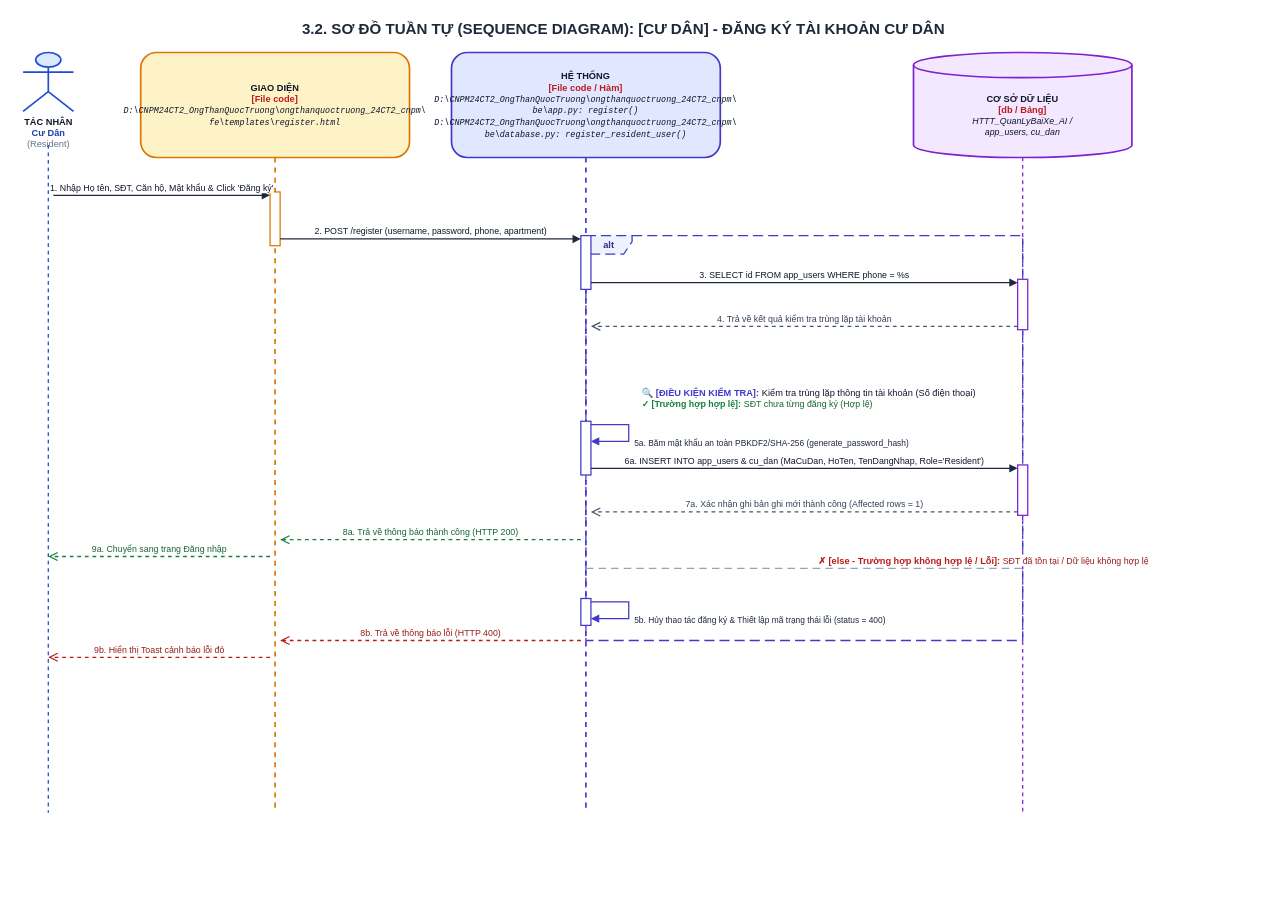
The draw.io diagram ongthanquoctruong_24CT2_cnpm/docs/Tuần Tự/chức năng đăng ký người dùng.drawio in Truong027/CNPM24, before the edit. Source tidied: cells renumbered, new cells numbered last; positions are measured from the earlier drawing's top-left corner, leaving out a move shared by most shapes. Both pictures are drawn from the tidied source at 84%, with x=0, y=0 at pixel (14, 14).
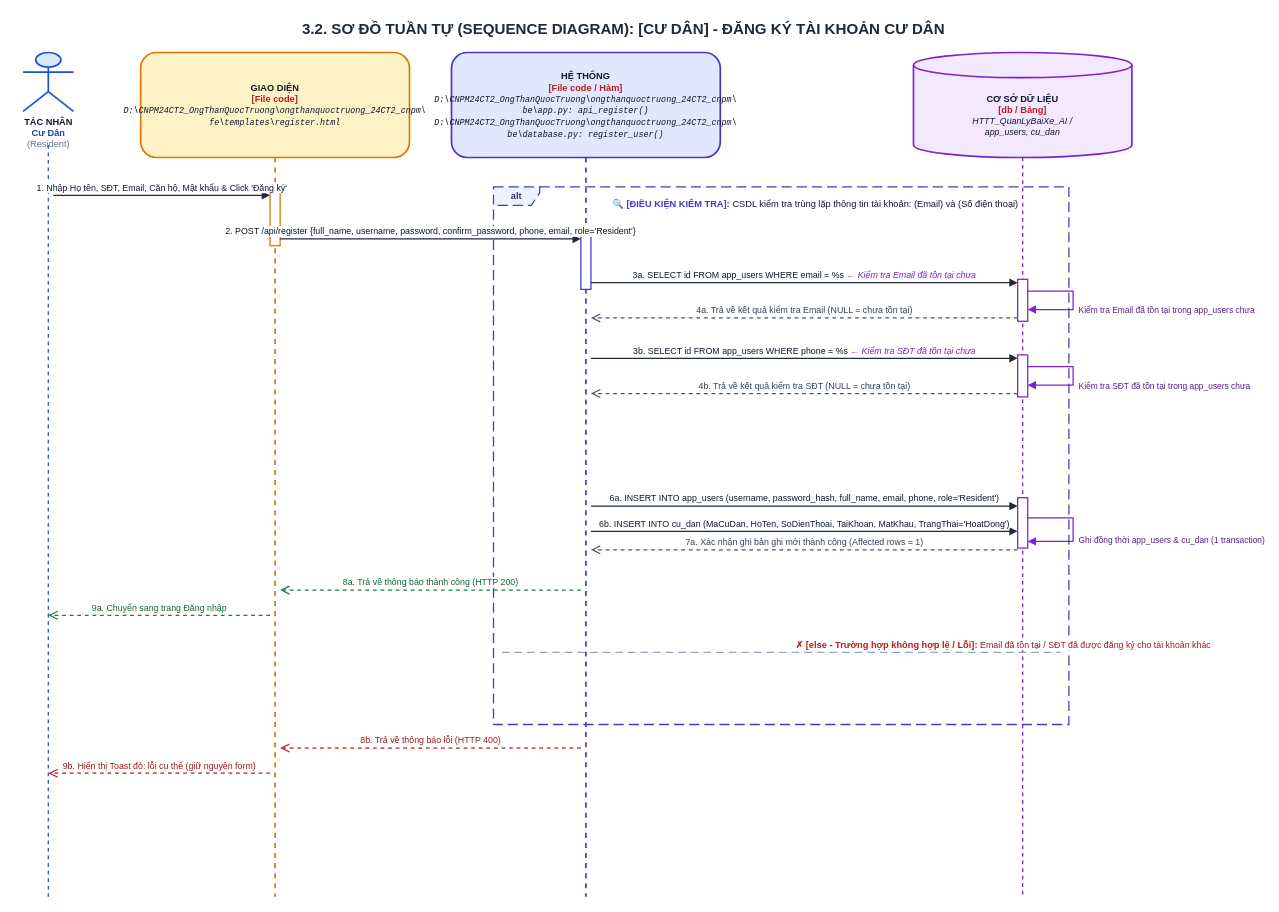
The same diagram, later.

Diff of the diagram source:
```diff
@@
-    <mxCell id="4" style="endArrow=none;dashed=1;html=1;strokeWidth=1.5;strokeColor=#1D4ED8;" parent="1" edge="1">
-      <mxGeometry relative="1" as="geometry">
-        <mxPoint x="40" y="155" as="sourcePoint" />
-        <mxPoint x="40" y="950" as="targetPoint" />
-      </mxGeometry>
-    </mxCell>
+    <mxCell id="30" style="endArrow=none;dashed=1;html=1;strokeWidth=1.5;strokeColor=#1D4ED8;" parent="1" edge="1">
+      <mxGeometry relative="1" as="geometry">
+        <mxPoint x="40" y="155" as="sourcePoint" />
+        <mxPoint x="40" y="1050" as="targetPoint" />
+      </mxGeometry>
+    </mxCell>
     <mxCell id="5" value="&lt;b&gt;GIAO DIỆN&lt;/b&gt;&lt;br/&gt;&lt;font color='#B91C1C'&gt;&lt;b&gt;[File code]&lt;/b&gt;&lt;/font&gt;&lt;br/&gt;&lt;font style='font-size: 10px; font-family: Consolas, monospace;'&gt;&lt;i&gt;D:\CNPM24CT2_OngThanQuocTruong\ongthanquoctruong_24CT2_cnpm\&lt;br/&gt;fe\templates\register.html&lt;/i&gt;&lt;/font&gt;" style="shape=umlLifeline;perimeter=lifelinePerimeter;whiteSpace=wrap;html=1;size=125;fillColor=#FEF3C7;strokeColor=#D97706;strokeWidth=2;fontColor=#0F172A;rounded=1;shadow=0;fontSize=11;align=center;" parent="1" vertex="1">
-      <mxGeometry x="150" y="45" width="320" height="905" as="geometry" />
+      <mxGeometry x="150" y="45" width="320" height="1005" as="geometry" />
     </mxCell>
-    <mxCell id="6" value="&lt;b&gt;HỆ THỐNG&lt;/b&gt;&lt;br/&gt;&lt;font color='#B91C1C'&gt;&lt;b&gt;[File code / Hàm]&lt;/b&gt;&lt;/font&gt;&lt;br/&gt;&lt;font style='font-size: 10px; font-family: Consolas, monospace;'&gt;&lt;i&gt;D:\CNPM24CT2_OngThanQuocTruong\ongthanquoctruong_24CT2_cnpm\&lt;br/&gt;be\app.py: register()&lt;br/&gt;D:\CNPM24CT2_OngThanQuocTruong\ongthanquoctruong_24CT2_cnpm\&lt;br/&gt;be\database.py: register_resident_user()&lt;/i&gt;&lt;/font&gt;" style="shape=umlLifeline;perimeter=lifelinePerimeter;whiteSpace=wrap;html=1;size=125;fillColor=#E0E7FF;strokeColor=#4338CA;strokeWidth=2;fontColor=#0F172A;rounded=1;shadow=0;fontSize=11;align=center;" parent="1" vertex="1">
-      <mxGeometry x="520" y="45" width="320" height="905" as="geometry" />
-    </mxCell>
+    <mxCell id="31" value="9b. Hiển thị Toast đỏ: lỗi cụ thể (giữ nguyên form)" style="html=1;verticalAlign=bottom;endArrow=open;dashed=1;endSize=8;rounded=0;strokeColor=#B91C1C;strokeWidth=1.5;fontColor=#991B1B;fontSize=10.5;" parent="5" edge="1">
+      <mxGeometry relative="1" as="geometry">
+        <mxPoint x="154" y="858" as="sourcePoint" />
+        <mxPoint x="-110" y="858" as="targetPoint" />
+      </mxGeometry>
+    </mxCell>
+    <mxCell id="32" value="&lt;b&gt;HỆ THỐNG&lt;/b&gt;&lt;br/&gt;&lt;font color='#B91C1C'&gt;&lt;b&gt;[File code / Hàm]&lt;/b&gt;&lt;/font&gt;&lt;br/&gt;&lt;font style='font-size: 10px; font-family: Consolas, monospace;'&gt;&lt;i&gt;D:\CNPM24CT2_OngThanQuocTruong\ongthanquoctruong_24CT2_cnpm\&lt;br/&gt;be\app.py: api_register()&lt;br/&gt;D:\CNPM24CT2_OngThanQuocTruong\ongthanquoctruong_24CT2_cnpm\&lt;br/&gt;be\database.py: register_user()&lt;/i&gt;&lt;/font&gt;" style="shape=umlLifeline;perimeter=lifelinePerimeter;whiteSpace=wrap;html=1;size=125;fillColor=#E0E7FF;strokeColor=#4338CA;strokeWidth=2;fontColor=#0F172A;rounded=1;shadow=0;fontSize=11;align=center;" parent="1" vertex="1">
+      <mxGeometry x="520" y="45" width="320" height="1005" as="geometry" />
+    </mxCell>
+    <mxCell id="28" value="8b. Trả về thông báo lỗi (HTTP 400)" style="html=1;verticalAlign=bottom;endArrow=open;dashed=1;endSize=8;rounded=0;strokeColor=#B91C1C;strokeWidth=1.5;fontColor=#991B1B;fontSize=10.5;" parent="32" edge="1">
+      <mxGeometry relative="1" as="geometry">
+        <mxPoint x="154" y="828" as="sourcePoint" />
+        <mxPoint x="-204" y="828" as="targetPoint" />
+      </mxGeometry>
+    </mxCell>
@@
-    <mxCell id="8" style="endArrow=none;dashed=1;html=1;strokeWidth=1.5;strokeColor=#7E22CE;" parent="1" edge="1">
-      <mxGeometry relative="1" as="geometry">
-        <mxPoint x="1200" y="170" as="sourcePoint" />
-        <mxPoint x="1200" y="950" as="targetPoint" />
-      </mxGeometry>
-    </mxCell>
+    <mxCell id="33" style="endArrow=none;dashed=1;html=1;strokeWidth=1.5;strokeColor=#7E22CE;" parent="1" edge="1">
+      <mxGeometry relative="1" as="geometry">
+        <mxPoint x="1200" y="170" as="sourcePoint" />
+        <mxPoint x="1200" y="1050" as="targetPoint" />
+      </mxGeometry>
+    </mxCell>
     <mxCell id="9" value="&lt;b&gt;alt&lt;/b&gt;" style="shape=umlFrame;whiteSpace=wrap;html=1;width=55;height=22;dashed=1;dashPattern=8 4;strokeColor=#4338CA;fillColor=#EEF2FF;strokeWidth=1.5;align=center;verticalAlign=middle;fontStyle=1;fontSize=11;fontColor=#312E81;" parent="1" vertex="1">
-      <mxGeometry x="680" y="263" width="520" height="482" as="geometry" />
+      <mxGeometry x="570" y="205" width="685" height="640" as="geometry" />
     </mxCell>
-    <mxCell id="10" value="&lt;b&gt;&lt;font color='#4338CA' style='font-size: 11px;'&gt;🔍 [ĐIỀU KIỆN KIỂM TRA]:&lt;/font&gt;&lt;/b&gt; &lt;font color='#0F172A' style='font-size: 11px;'&gt;Kiểm tra trùng lặp thông tin tài khoản (Số điện thoại)&lt;/font&gt;&lt;br/&gt;&lt;b&gt;&lt;font color='#15803D' style='font-size: 10.5px;'&gt;✓ [Trường hợp hợp lệ]:&lt;/font&gt;&lt;/b&gt; &lt;font color='#166534' style='font-size: 10.5px;'&gt;SĐT chưa từng đăng ký (Hợp lệ)&lt;/font&gt;" style="text;html=1;strokeColor=none;fillColor=none;align=left;verticalAlign=top;whiteSpace=wrap;rounded=0;" parent="1" vertex="1">
-      <mxGeometry x="745" y="436" width="445" height="36" as="geometry" />
-    </mxCell>
-    <mxCell id="11" value="&lt;b&gt;&lt;font color='#B91C1C' style='font-size: 11px;'&gt;✗ [else - Trường hợp không hợp lệ / Lỗi]:&lt;/font&gt;&lt;/b&gt; &lt;font color='#991B1B' style='font-size: 10.5px;'&gt;SĐT đã tồn tại / Dữ liệu không hợp lệ&lt;/font&gt;" style="html=1;strokeWidth=1.5;strokeColor=#94A3B8;dashed=1;dashPattern=6 4;endArrow=none;align=left;verticalAlign=bottom;spacingLeft=15;" parent="1" edge="1">
-      <mxGeometry relative="1" as="geometry">
-        <mxPoint x="680" y="659" as="sourcePoint" />
-        <mxPoint x="1200" y="659" as="targetPoint" />
-      </mxGeometry>
-    </mxCell>
+    <mxCell id="34" value="&lt;b&gt;&lt;font color='#4338CA' style='font-size: 11px;'&gt;🔍 [ĐIỀU KIỆN KIỂM TRA]:&lt;/font&gt;&lt;/b&gt; &lt;font color='#0F172A' style='font-size: 11px;'&gt;CSDL kiểm tra trùng lặp thông tin tài khoản: (Email) và (Số điện thoại)&lt;/font&gt;" style="text;html=1;strokeColor=none;fillColor=none;align=left;verticalAlign=top;whiteSpace=wrap;rounded=0;" parent="1" vertex="1">
+      <mxGeometry x="710" y="211" width="540" height="24" as="geometry" />
+    </mxCell>
+    <mxCell id="35" value="&lt;b&gt;&lt;font color='#B91C1C' style='font-size: 11px;'&gt;✗ [else - Trường hợp không hợp lệ / Lỗi]:&lt;/font&gt;&lt;/b&gt; &lt;font color='#991B1B' style='font-size: 10.5px;'&gt;Email đã tồn tại / SĐT đã được đăng ký cho tài khoản khác&lt;/font&gt;" style="html=1;strokeWidth=1.5;strokeColor=#94A3B8;dashed=1;dashPattern=6 4;endArrow=none;align=left;verticalAlign=bottom;spacingLeft=15;" parent="1" edge="1">
+      <mxGeometry relative="1" as="geometry">
+        <mxPoint x="580" y="759" as="sourcePoint" />
+        <mxPoint x="1245" y="759" as="targetPoint" />
+      </mxGeometry>
+    </mxCell>
@@
-    <mxCell id="14" style="html=1;perimeter=orthogonalPerimeter;targetShapes=umlLifeline;topToBottom=1;fillColor=#FFFFFF;strokeColor=#4338CA;strokeWidth=1.5;rounded=0;" parent="1" vertex="1">
-      <mxGeometry x="674" y="484" width="12" height="64" as="geometry" />
-    </mxCell>
-    <mxCell id="15" style="html=1;perimeter=orthogonalPerimeter;targetShapes=umlLifeline;topToBottom=1;fillColor=#FFFFFF;strokeColor=#4338CA;strokeWidth=1.5;rounded=0;" parent="1" vertex="1">
-      <mxGeometry x="674" y="695" width="12" height="32" as="geometry" />
-    </mxCell>
-    <mxCell id="16" style="html=1;perimeter=orthogonalPerimeter;targetShapes=umlLifeline;topToBottom=1;fillColor=#FFFFFF;strokeColor=#7E22CE;strokeWidth=1.5;rounded=0;" parent="1" vertex="1">
-      <mxGeometry x="1194" y="315" width="12" height="60" as="geometry" />
-    </mxCell>
-    <mxCell id="17" style="html=1;perimeter=orthogonalPerimeter;targetShapes=umlLifeline;topToBottom=1;fillColor=#FFFFFF;strokeColor=#7E22CE;strokeWidth=1.5;rounded=0;" parent="1" vertex="1">
-      <mxGeometry x="1194" y="536" width="12" height="60" as="geometry" />
-    </mxCell>
-    <mxCell id="18" value="1. Nhập Họ tên, SĐT, Căn hộ, Mật khẩu &amp; Click 'Đăng ký'" style="html=1;verticalAlign=bottom;endArrow=block;rounded=0;strokeColor=#1E293B;strokeWidth=1.5;fontColor=#0F172A;fontSize=10.5;" parent="1" edge="1">
-      <mxGeometry relative="1" as="geometry">
-        <mxPoint x="46" y="215" as="sourcePoint" />
-        <mxPoint x="304" y="215" as="targetPoint" />
-      </mxGeometry>
-    </mxCell>
-    <mxCell id="19" value="2. POST /register (username, password, phone, apartment)" style="html=1;verticalAlign=bottom;endArrow=block;rounded=0;strokeColor=#1E293B;strokeWidth=1.5;fontColor=#0F172A;fontSize=10.5;" parent="1" edge="1">
-      <mxGeometry relative="1" as="geometry">
-        <mxPoint x="316" y="267" as="sourcePoint" />
-        <mxPoint x="674" y="267" as="targetPoint" />
-      </mxGeometry>
-    </mxCell>
-    <mxCell id="20" value="3. SELECT id FROM app_users WHERE phone = %s" style="html=1;verticalAlign=bottom;endArrow=block;rounded=0;strokeColor=#1E293B;strokeWidth=1.5;fontColor=#0F172A;fontSize=10.5;" parent="1" edge="1">
-      <mxGeometry relative="1" as="geometry">
-        <mxPoint x="686" y="319" as="sourcePoint" />
-        <mxPoint x="1194" y="319" as="targetPoint" />
-      </mxGeometry>
-    </mxCell>
-    <mxCell id="21" value="4. Trả về kết quả kiểm tra trùng lặp tài khoản" style="html=1;verticalAlign=bottom;endArrow=open;dashed=1;endSize=8;rounded=0;strokeColor=#475569;strokeWidth=1.5;fontColor=#334155;fontSize=10.5;" parent="1" edge="1">
-      <mxGeometry relative="1" as="geometry">
-        <mxPoint x="1194" y="371" as="sourcePoint" />
-        <mxPoint x="686" y="371" as="targetPoint" />
-      </mxGeometry>
-    </mxCell>
-    <mxCell id="22" value="5a. Băm mật khẩu an toàn PBKDF2/SHA-256 (generate_password_hash)" style="html=1;align=left;spacingLeft=5;verticalAlign=top;endArrow=block;rounded=0;edgeStyle=orthogonalEdgeStyle;curved=0;strokeColor=#4338CA;strokeWidth=1.5;fontColor=#1E293B;fontSize=10;" parent="1" edge="1">
-      <mxGeometry relative="1" as="geometry">
-        <mxPoint x="686" y="488" as="sourcePoint" />
-        <mxPoint x="686" y="508" as="targetPoint" />
-        <Array as="points">
-          <mxPoint x="731" y="488" />
-          <mxPoint x="731" y="508" />
-        </Array>
-      </mxGeometry>
-    </mxCell>
-    <mxCell id="23" value="6a. INSERT INTO app_users &amp; cu_dan (MaCuDan, HoTen, TenDangNhap, Role='Resident')" style="html=1;verticalAlign=bottom;endArrow=block;rounded=0;strokeColor=#1E293B;strokeWidth=1.5;fontColor=#0F172A;fontSize=10.5;" parent="1" edge="1">
-      <mxGeometry relative="1" as="geometry">
-        <mxPoint x="686" y="540" as="sourcePoint" />
-        <mxPoint x="1194" y="540" as="targetPoint" />
-      </mxGeometry>
-    </mxCell>
+    <mxCell id="36" style="html=1;perimeter=orthogonalPerimeter;targetShapes=umlLifeline;topToBottom=1;fillColor=#FFFFFF;strokeColor=#7E22CE;strokeWidth=1.5;rounded=0;" parent="1" vertex="1">
+      <mxGeometry x="1194" y="315" width="12" height="50" as="geometry" />
+    </mxCell>
+    <mxCell id="37" value="Kiểm tra Email đã tồn tại trong app_users chưa" style="html=1;align=left;spacingLeft=5;verticalAlign=top;endArrow=block;rounded=0;edgeStyle=orthogonalEdgeStyle;curved=0;strokeColor=#7E22CE;strokeWidth=1.5;fontColor=#581C87;fontSize=10;exitX=1;exitY=0.3;exitDx=0;exitDy=0;entryX=1;entryY=0.7;entryDx=0;entryDy=0;" parent="1" edge="1">
+      <mxGeometry relative="1" as="geometry">
+        <mxPoint x="1206" y="329" as="sourcePoint" />
+        <mxPoint x="1206" y="351" as="targetPoint" />
+        <Array as="points">
+          <mxPoint x="1260" y="329" />
+          <mxPoint x="1260" y="351" />
+        </Array>
+      </mxGeometry>
+    </mxCell>
+    <mxCell id="38" style="html=1;perimeter=orthogonalPerimeter;targetShapes=umlLifeline;topToBottom=1;fillColor=#FFFFFF;strokeColor=#7E22CE;strokeWidth=1.5;rounded=0;" parent="1" vertex="1">
+      <mxGeometry x="1194" y="405" width="12" height="50" as="geometry" />
+    </mxCell>
+    <mxCell id="39" value="Kiểm tra SĐT đã tồn tại trong app_users chưa" style="html=1;align=left;spacingLeft=5;verticalAlign=top;endArrow=block;rounded=0;edgeStyle=orthogonalEdgeStyle;curved=0;strokeColor=#7E22CE;strokeWidth=1.5;fontColor=#581C87;fontSize=10;exitX=1;exitY=0.3;exitDx=0;exitDy=0;entryX=1;entryY=0.7;entryDx=0;entryDy=0;" parent="1" edge="1">
+      <mxGeometry relative="1" as="geometry">
+        <mxPoint x="1206" y="419" as="sourcePoint" />
+        <mxPoint x="1206" y="441" as="targetPoint" />
+        <Array as="points">
+          <mxPoint x="1260" y="419" />
+          <mxPoint x="1260" y="441" />
+        </Array>
+      </mxGeometry>
+    </mxCell>
+    <mxCell id="40" style="html=1;perimeter=orthogonalPerimeter;targetShapes=umlLifeline;topToBottom=1;fillColor=#FFFFFF;strokeColor=#7E22CE;strokeWidth=1.5;rounded=0;" parent="1" vertex="1">
+      <mxGeometry x="1194" y="575" width="12" height="60" as="geometry" />
+    </mxCell>
+    <mxCell id="41" value="Ghi đồng thời app_users &amp; cu_dan (1 transaction)" style="html=1;align=left;spacingLeft=5;verticalAlign=top;endArrow=block;rounded=0;edgeStyle=orthogonalEdgeStyle;curved=0;strokeColor=#7E22CE;strokeWidth=1.5;fontColor=#581C87;fontSize=10;exitX=1;exitY=0.3;exitDx=0;exitDy=0;entryX=1;entryY=0.7;entryDx=0;entryDy=0;" parent="1" edge="1">
+      <mxGeometry relative="1" as="geometry">
+        <mxPoint x="1206" y="599" as="sourcePoint" />
+        <mxPoint x="1206" y="627" as="targetPoint" />
+        <Array as="points">
+          <mxPoint x="1260" y="599" />
+          <mxPoint x="1260" y="627" />
+        </Array>
+      </mxGeometry>
+    </mxCell>
+    <mxCell id="42" value="1. Nhập Họ tên, SĐT, Email, Căn hộ, Mật khẩu &amp; Click 'Đăng ký'" style="html=1;verticalAlign=bottom;endArrow=block;rounded=0;strokeColor=#1E293B;strokeWidth=1.5;fontColor=#0F172A;fontSize=10.5;" parent="1" edge="1">
+      <mxGeometry relative="1" as="geometry">
+        <mxPoint x="46" y="215" as="sourcePoint" />
+        <mxPoint x="304" y="215" as="targetPoint" />
+      </mxGeometry>
+    </mxCell>
+    <mxCell id="43" value="2. POST /api/register  {full_name, username, password, confirm_password, phone, email, role='Resident'}" style="html=1;verticalAlign=bottom;endArrow=block;rounded=0;strokeColor=#1E293B;strokeWidth=1.5;fontColor=#0F172A;fontSize=10.5;" parent="1" edge="1">
+      <mxGeometry relative="1" as="geometry">
+        <mxPoint x="316" y="267" as="sourcePoint" />
+        <mxPoint x="674" y="267" as="targetPoint" />
+      </mxGeometry>
+    </mxCell>
+    <mxCell id="44" value="3a. SELECT id FROM app_users WHERE email = %s  &lt;font color='#7E22CE'&gt;&lt;i&gt;← Kiểm tra Email đã tồn tại chưa&lt;/i&gt;&lt;/font&gt;" style="html=1;verticalAlign=bottom;endArrow=block;rounded=0;strokeColor=#1E293B;strokeWidth=1.5;fontColor=#0F172A;fontSize=10.5;" parent="1" edge="1">
+      <mxGeometry relative="1" as="geometry">
+        <mxPoint x="686" y="319" as="sourcePoint" />
+        <mxPoint x="1194" y="319" as="targetPoint" />
+      </mxGeometry>
+    </mxCell>
+    <mxCell id="45" value="4a. Trả về kết quả kiểm tra Email (NULL = chưa tồn tại)" style="html=1;verticalAlign=bottom;endArrow=open;dashed=1;endSize=8;rounded=0;strokeColor=#475569;strokeWidth=1.5;fontColor=#334155;fontSize=10.5;" parent="1" edge="1">
+      <mxGeometry relative="1" as="geometry">
+        <mxPoint x="1194" y="361" as="sourcePoint" />
+        <mxPoint x="686" y="361" as="targetPoint" />
+      </mxGeometry>
+    </mxCell>
+    <mxCell id="46" value="3b. SELECT id FROM app_users WHERE phone = %s  &lt;font color='#7E22CE'&gt;&lt;i&gt;← Kiểm tra SĐT đã tồn tại chưa&lt;/i&gt;&lt;/font&gt;" style="html=1;verticalAlign=bottom;endArrow=block;rounded=0;strokeColor=#1E293B;strokeWidth=1.5;fontColor=#0F172A;fontSize=10.5;" parent="1" edge="1">
+      <mxGeometry relative="1" as="geometry">
+        <mxPoint x="686" y="409" as="sourcePoint" />
+        <mxPoint x="1194" y="409" as="targetPoint" />
+      </mxGeometry>
+    </mxCell>
+    <mxCell id="47" value="4b. Trả về kết quả kiểm tra SĐT (NULL = chưa tồn tại)" style="html=1;verticalAlign=bottom;endArrow=open;dashed=1;endSize=8;rounded=0;strokeColor=#475569;strokeWidth=1.5;fontColor=#334155;fontSize=10.5;" parent="1" edge="1">
+      <mxGeometry relative="1" as="geometry">
+        <mxPoint x="1194" y="451" as="sourcePoint" />
+        <mxPoint x="686" y="451" as="targetPoint" />
+      </mxGeometry>
+    </mxCell>
+    <mxCell id="48" value="6a. INSERT INTO app_users (username, password_hash, full_name, email, phone, role='Resident')" style="html=1;verticalAlign=bottom;endArrow=block;rounded=0;strokeColor=#1E293B;strokeWidth=1.5;fontColor=#0F172A;fontSize=10.5;" parent="1" edge="1">
+      <mxGeometry relative="1" as="geometry">
+        <mxPoint x="686" y="585" as="sourcePoint" />
+        <mxPoint x="1194" y="585" as="targetPoint" />
+      </mxGeometry>
+    </mxCell>
+    <mxCell id="49" value="6b. INSERT INTO cu_dan (MaCuDan, HoTen, SoDienThoai, TaiKhoan, MatKhau, TrangThai='HoatDong')" style="html=1;verticalAlign=bottom;endArrow=block;rounded=0;strokeColor=#1E293B;strokeWidth=1.5;fontColor=#0F172A;fontSize=10.5;" parent="1" edge="1">
+      <mxGeometry relative="1" as="geometry">
+        <mxPoint x="686" y="615" as="sourcePoint" />
+        <mxPoint x="1194" y="615" as="targetPoint" />
+      </mxGeometry>
+    </mxCell>
     <mxCell id="24" value="7a. Xác nhận ghi bản ghi mới thành công (Affected rows = 1)" style="html=1;verticalAlign=bottom;endArrow=open;dashed=1;endSize=8;rounded=0;strokeColor=#475569;strokeWidth=1.5;fontColor=#334155;fontSize=10.5;" parent="1" edge="1">
       <mxGeometry relative="1" as="geometry">
-        <mxPoint x="1194" y="592" as="sourcePoint" />
-        <mxPoint x="686" y="592" as="targetPoint" />
+        <mxPoint x="1194" y="637" as="sourcePoint" />
+        <mxPoint x="686" y="637" as="targetPoint" />
       </mxGeometry>
     </mxCell>
-    <mxCell id="25" value="5b. Hủy thao tác đăng ký &amp; Thiết lập mã trạng thái lỗi (status = 400)" style="html=1;align=left;spacingLeft=5;verticalAlign=top;endArrow=block;rounded=0;edgeStyle=orthogonalEdgeStyle;curved=0;strokeColor=#4338CA;strokeWidth=1.5;fontColor=#1E293B;fontSize=10;" parent="1" edge="1">
-      <mxGeometry relative="1" as="geometry">
-        <mxPoint x="686" y="699" as="sourcePoint" />
-        <mxPoint x="686" y="719" as="targetPoint" />
-        <Array as="points">
-          <mxPoint x="731" y="699" />
-          <mxPoint x="731" y="719" />
-        </Array>
-      </mxGeometry>
-    </mxCell>
     <mxCell id="26" value="8a. Trả về thông báo thành công (HTTP 200)" style="html=1;verticalAlign=bottom;endArrow=open;dashed=1;endSize=8;rounded=0;strokeColor=#15803D;strokeWidth=1.5;fontColor=#166534;fontSize=10.5;" parent="1" edge="1">
       <mxGeometry relative="1" as="geometry">
-        <mxPoint x="674" y="625" as="sourcePoint" />
-        <mxPoint x="316" y="625" as="targetPoint" />
+        <mxPoint x="674" y="685" as="sourcePoint" />
+        <mxPoint x="316" y="685" as="targetPoint" />
       </mxGeometry>
     </mxCell>
     <mxCell id="27" value="9a. Chuyển sang trang Đăng nhập" style="html=1;verticalAlign=bottom;endArrow=open;dashed=1;endSize=8;rounded=0;strokeColor=#15803D;strokeWidth=1.5;fontColor=#166534;fontSize=10.5;" parent="1" edge="1">
       <mxGeometry relative="1" as="geometry">
-        <mxPoint x="304" y="645" as="sourcePoint" />
-        <mxPoint x="40" y="645" as="targetPoint" />
+        <mxPoint x="304" y="715" as="sourcePoint" />
+        <mxPoint x="40" y="715" as="targetPoint" />
       </mxGeometry>
     </mxCell>
-    <mxCell id="28" value="8b. Trả về thông báo lỗi (HTTP 400)" style="html=1;verticalAlign=bottom;endArrow=open;dashed=1;endSize=8;rounded=0;strokeColor=#B91C1C;strokeWidth=1.5;fontColor=#991B1B;fontSize=10.5;" parent="1" edge="1">
-      <mxGeometry relative="1" as="geometry">
-        <mxPoint x="674" y="745" as="sourcePoint" />
-        <mxPoint x="316" y="745" as="targetPoint" />
-      </mxGeometry>
-    </mxCell>
-    <mxCell id="29" value="9b. Hiển thị Toast cảnh báo lỗi đỏ" style="html=1;verticalAlign=bottom;endArrow=open;dashed=1;endSize=8;rounded=0;strokeColor=#B91C1C;strokeWidth=1.5;fontColor=#991B1B;fontSize=10.5;" parent="1" edge="1">
-      <mxGeometry relative="1" as="geometry">
-        <mxPoint x="304" y="765" as="sourcePoint" />
-        <mxPoint x="40" y="765" as="targetPoint" />
-      </mxGeometry>
-    </mxCell>
```
